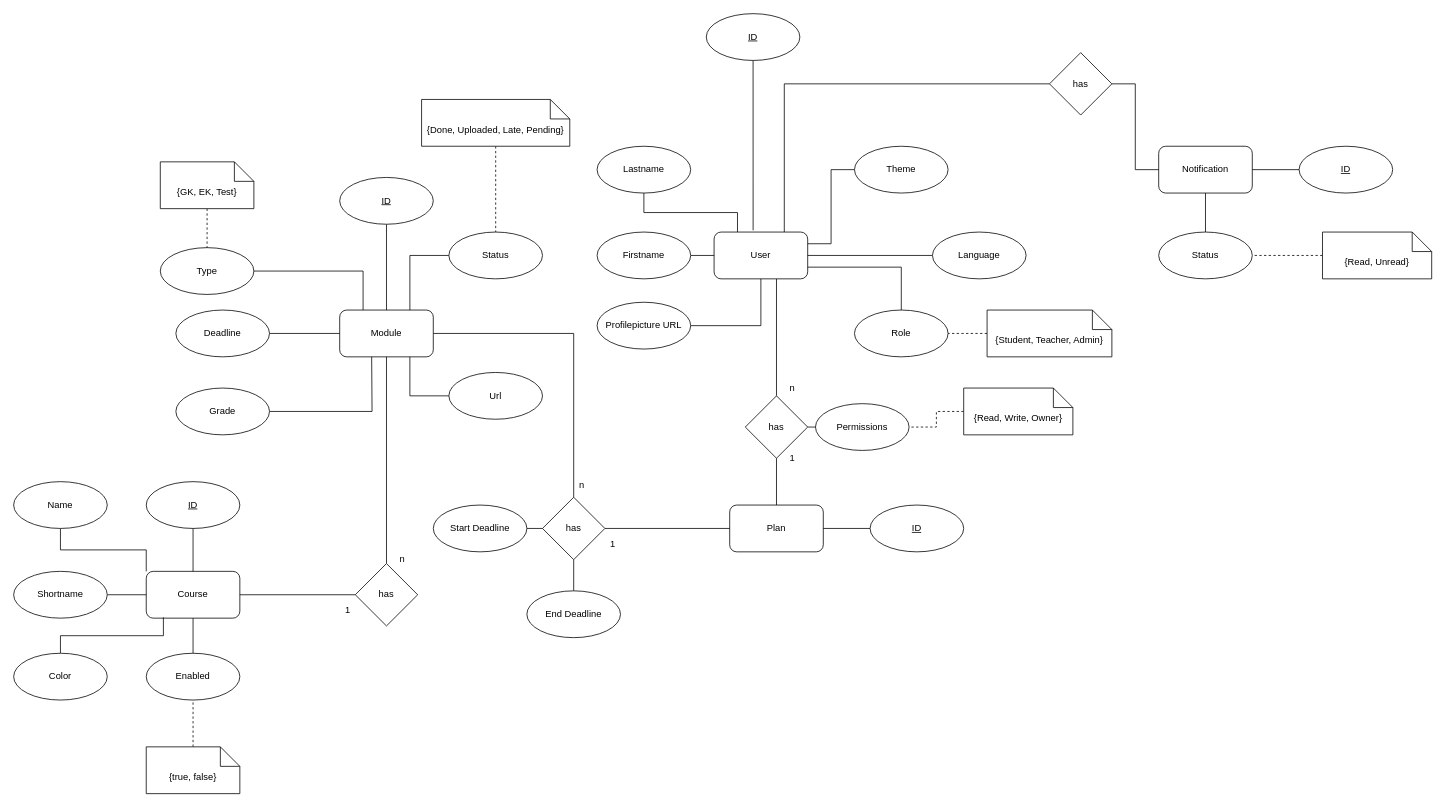
Earlier version of the draw.io diagram page "LB Planner.dart" (1 of 2) of LB Planner ERD.drawio (necodeIT/lb_planner). Source tidied: cells renumbered, new cells numbered last; positions are measured from the earlier drawing's top-left corner, leaving out a move shared by most shapes. Both pictures are drawn from the tidied source at 78%, with x=0, y=0 at pixel (13, 13).
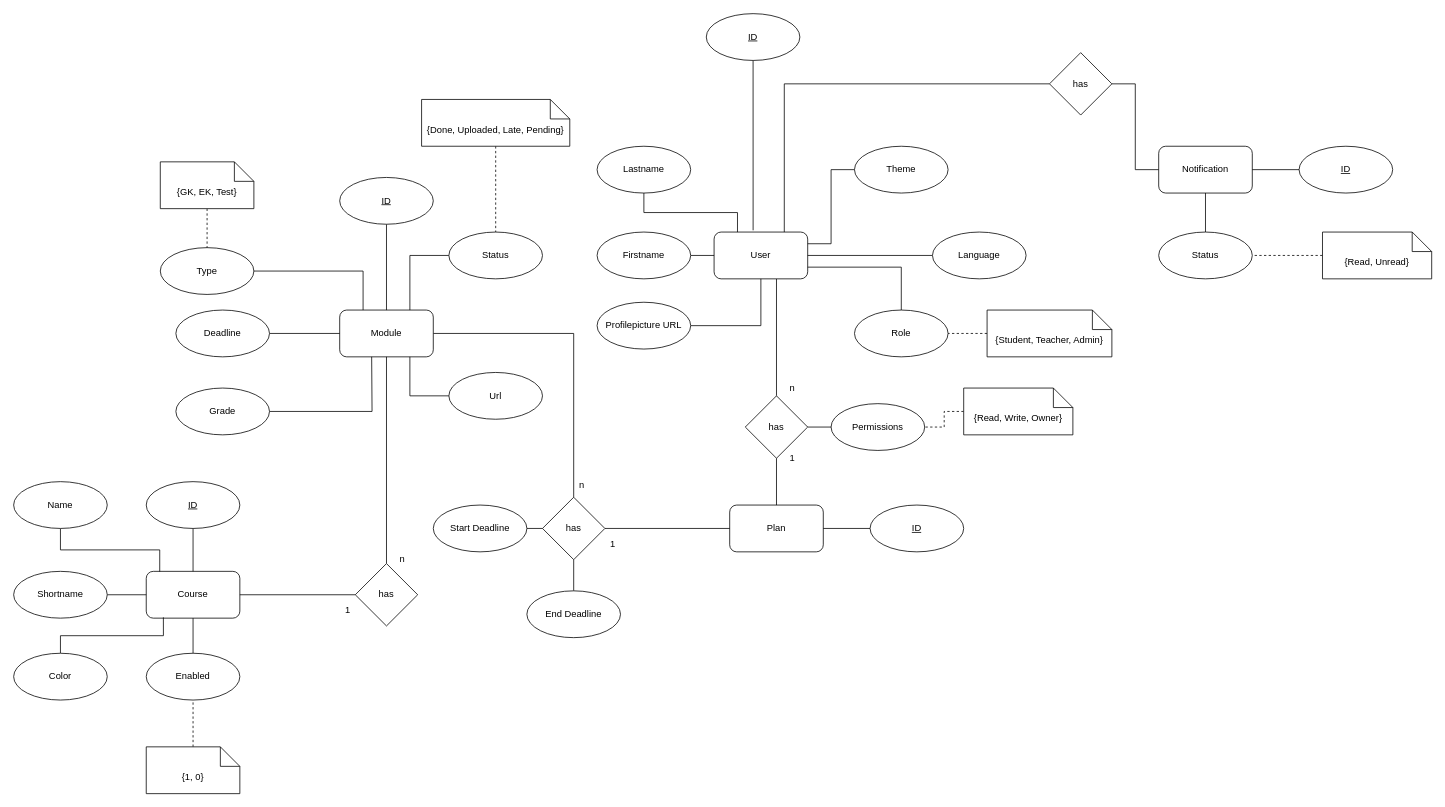
Above is the later version.

The change refers to these unchanged cells:
```xml
<mxCell id="29" value="Course" style="rounded=1;whiteSpace=wrap;html=1;" parent="1" vertex="1">
  <mxGeometry x="170" y="715" width="120" height="60" as="geometry" />
</mxCell>
<mxCell id="39" value="Name" style="ellipse;whiteSpace=wrap;html=1;" parent="1" vertex="1">
  <mxGeometry y="600" width="120" height="60" as="geometry" />
</mxCell>
```

Change to the diagram source:
```diff
@@
     <mxCell id="22" value="Permissions" style="ellipse;whiteSpace=wrap;html=1;" parent="1" vertex="1">
-      <mxGeometry x="1028" y="500" width="120" height="60" as="geometry" />
+      <mxGeometry x="1048" y="500" width="120" height="60" as="geometry" />
     </mxCell>
@@
-    <mxCell id="38" style="edgeStyle=orthogonalEdgeStyle;rounded=0;jettySize=auto;html=1;exitX=0.5;exitY=1;exitDx=0;exitDy=0;entryX=0;entryY=0;entryDx=0;entryDy=0;endArrow=none;endFill=0;" parent="1" edge="1" source="39" target="29">
+    <mxCell id="38" style="edgeStyle=orthogonalEdgeStyle;rounded=0;jettySize=auto;html=1;exitX=0.5;exitY=1;exitDx=0;exitDy=0;endArrow=none;endFill=0;entryX=0.144;entryY=0.006;entryDx=0;entryDy=0;entryPerimeter=0;" parent="1" edge="1" source="39" target="29">
       <mxGeometry relative="1" as="geometry" />
     </mxCell>
@@
-    <mxCell id="41" value="{true, false}" style="shape=note2;boundedLbl=1;whiteSpace=wrap;html=1;size=25;verticalAlign=top;align=center;" parent="1" vertex="1">
+    <mxCell id="41" value="{1, 0}" style="shape=note2;boundedLbl=1;whiteSpace=wrap;html=1;size=25;verticalAlign=top;align=center;" parent="1" vertex="1">
       <mxGeometry x="170" y="940" width="120" height="60" as="geometry" />
     </mxCell>
```
